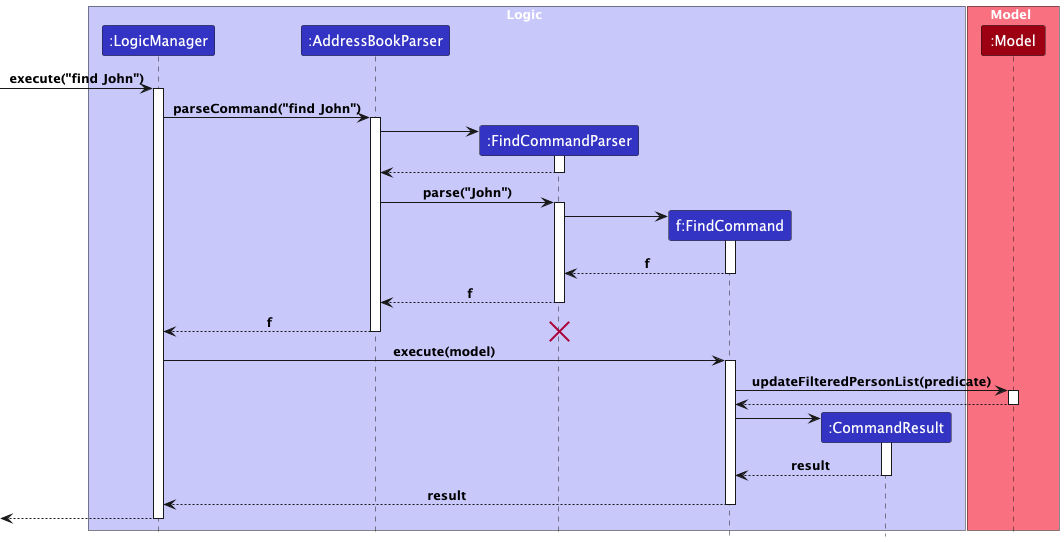
nus-cs2103-AY2425S1/tp keeps this PlantUML diagram as docs/images/FindCommandSequenceDiagram.png. Above is the earlier version.
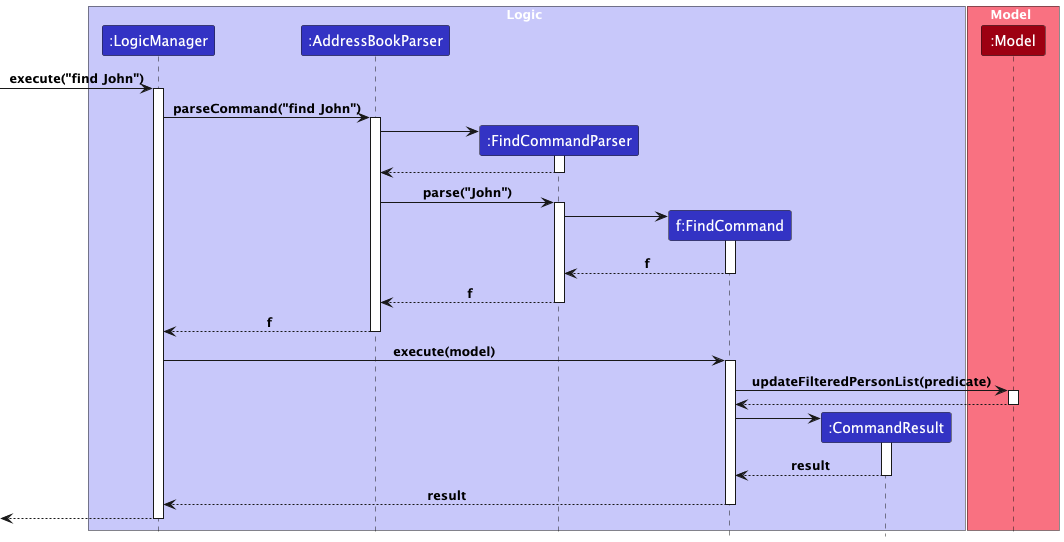
After the change.

Diff of the diagram source:
```diff
@@ -25,7 +25,6 @@
 return f
 return f
 return f
-destroy MCP
 LM -> MFC ++ : execute(model)
 MFC -> Model ++ : updateFilteredPersonList(predicate)
 return
```
